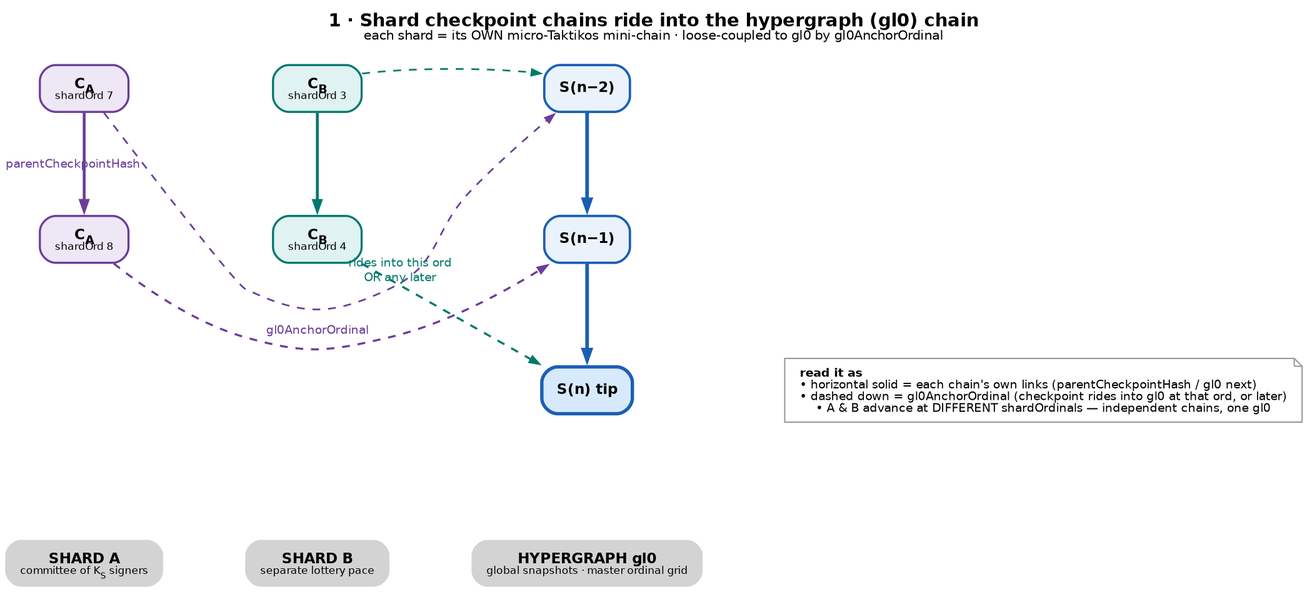
Earlier version of the Graphviz export docs/nakamoto/diagrams/1-shard-to-hypergraph.png (ottobot-ai/tessellation). Its source is kept beside it as docs/nakamoto/diagrams/1-shard-to-hypergraph.dot. Source of this version:
```dot

digraph shard_to_hypergraph {
  rankdir=LR;
  ranksep=0.85; nodesep=0.55;
  node [shape=box, style="rounded,filled", fontname="Helvetica", fontsize=11, margin="0.16,0.09"];
  edge [fontname="Helvetica", fontsize=9, arrowsize=0.8];
  graph [fontname="Helvetica", labelloc=t, fontsize=14,
    label=<<B>1 &middot; Shard checkpoint chains ride into the hypergraph (gl0) chain</B><BR/><FONT POINT-SIZE="10">each shard = its OWN micro-Taktikos mini-chain &middot; loose-coupled to gl0 by gl0AnchorOrdinal</FONT><BR/> >];

  tagA [shape=plaintext, label=<<B>SHARD&nbsp;A</B><BR/><FONT POINT-SIZE="8">committee of K<SUB>S</SUB> signers</FONT>>];
  CA1  [label=<<B>C<SUB>A</SUB></B><BR/><FONT POINT-SIZE="8">shardOrd&nbsp;7</FONT>>, fillcolor="#EDE7F6", color="#6A3D9A", penwidth=1.6];
  CA2  [label=<<B>C<SUB>A</SUB></B><BR/><FONT POINT-SIZE="8">shardOrd&nbsp;8</FONT>>, fillcolor="#EDE7F6", color="#6A3D9A", penwidth=1.6];
  { rank=same; tagA; CA1; CA2; }
  CA1 -> CA2 [color="#6A3D9A", penwidth=2.2, label="parentCheckpointHash", fontcolor="#6A3D9A"];

  tagB [shape=plaintext, label=<<B>SHARD&nbsp;B</B><BR/><FONT POINT-SIZE="8">separate lottery pace</FONT>>];
  CB1  [label=<<B>C<SUB>B</SUB></B><BR/><FONT POINT-SIZE="8">shardOrd&nbsp;3</FONT>>, fillcolor="#E0F2F1", color="#00796B", penwidth=1.6];
  CB2  [label=<<B>C<SUB>B</SUB></B><BR/><FONT POINT-SIZE="8">shardOrd&nbsp;4</FONT>>, fillcolor="#E0F2F1", color="#00796B", penwidth=1.6];
  { rank=same; tagB; CB1; CB2; }
  CB1 -> CB2 [color="#00796B", penwidth=2.2];

  tagG [shape=plaintext, label=<<B>HYPERGRAPH&nbsp;gl0</B><BR/><FONT POINT-SIZE="8">global snapshots &middot; master ordinal grid</FONT>>];
  S1   [label=<<B>S(n&minus;2)</B>>, fillcolor="#EAF2FB", color="#1a5fb4", penwidth=1.8];
  S2   [label=<<B>S(n&minus;1)</B>>, fillcolor="#EAF2FB", color="#1a5fb4", penwidth=1.8];
  S3   [label=<<B>S(n)&nbsp;tip</B>>, fillcolor="#D7E9FC", color="#1a5fb4", penwidth=2.6];
  { rank=same; tagG; S1; S2; S3; }
  S1 -> S2 -> S3 [color="#1a5fb4", penwidth=2.8];

  tagA -> tagB -> tagG [style=invis];
  CA1 -> CB1 -> S1 [style=invis];
  CA2 -> CB2 -> S2 [style=invis];

  CA1 -> S1 [constraint=false, style=dashed, color="#6A3D9A", penwidth=1.3, arrowsize=0.7];
  CA2 -> S2 [constraint=false, style=dashed, color="#6A3D9A", penwidth=1.6, arrowsize=0.7,
             label="gl0AnchorOrdinal", fontcolor="#6A3D9A"];
  CB1 -> S1 [constraint=false, style=dashed, color="#00796B", penwidth=1.3, arrowsize=0.7];
  CB2 -> S3 [constraint=false, style=dashed, color="#00796B", penwidth=1.6, arrowsize=0.7,
             taillabel="rides into this ord\nOR any later", labelangle=20, labeldistance=3.0, fontcolor="#00796B"];

  Legend [shape=note, style=filled, fillcolor="#FFFFFF", color="#999999", fontsize=9,
    label=<<B>read it as</B><BR ALIGN="LEFT"/>&bull; horizontal solid = each chain's own links (parentCheckpointHash / gl0 next)<BR ALIGN="LEFT"/>&bull; dashed down = gl0AnchorOrdinal (checkpoint rides into gl0 at that ord, or later)<BR ALIGN="LEFT"/>&bull; A &amp; B advance at DIFFERENT shardOrdinals &mdash; independent chains, one gl0>];
  S3 -> Legend [style=invis];
}
```
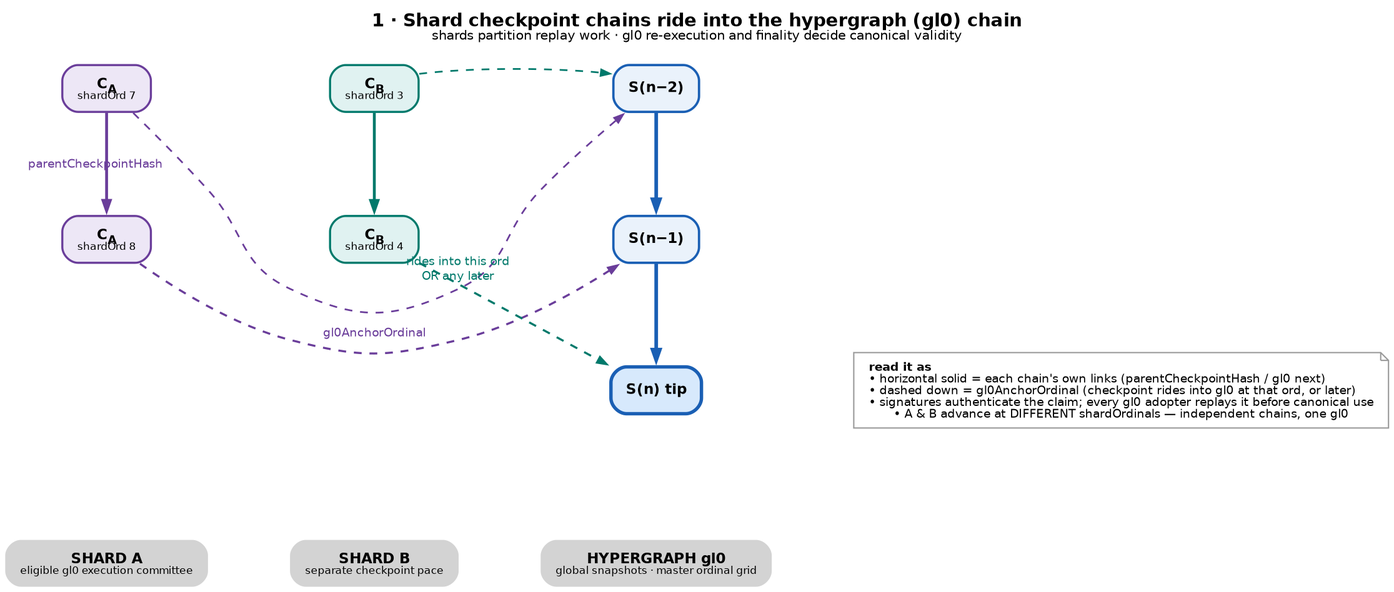
After the change.

Change to the diagram source:
```diff
@@ -5,15 +5,15 @@
   node [shape=box, style="rounded,filled", fontname="Helvetica", fontsize=11, margin="0.16,0.09"];
   edge [fontname="Helvetica", fontsize=9, arrowsize=0.8];
   graph [fontname="Helvetica", labelloc=t, fontsize=14,
-    label=<<B>1 &middot; Shard checkpoint chains ride into the hypergraph (gl0) chain</B><BR/><FONT POINT-SIZE="10">each shard = its OWN micro-Taktikos mini-chain &middot; loose-coupled to gl0 by gl0AnchorOrdinal</FONT><BR/> >];
+    label=<<B>1 &middot; Shard checkpoint chains ride into the hypergraph (gl0) chain</B><BR/><FONT POINT-SIZE="10">shards partition replay work &middot; gl0 re-execution and finality decide canonical validity</FONT><BR/> >];
 
-  tagA [shape=plaintext, label=<<B>SHARD&nbsp;A</B><BR/><FONT POINT-SIZE="8">committee of K<SUB>S</SUB> signers</FONT>>];
+  tagA [shape=plaintext, label=<<B>SHARD&nbsp;A</B><BR/><FONT POINT-SIZE="8">eligible gl0 execution committee</FONT>>];
   CA1  [label=<<B>C<SUB>A</SUB></B><BR/><FONT POINT-SIZE="8">shardOrd&nbsp;7</FONT>>, fillcolor="#EDE7F6", color="#6A3D9A", penwidth=1.6];
   CA2  [label=<<B>C<SUB>A</SUB></B><BR/><FONT POINT-SIZE="8">shardOrd&nbsp;8</FONT>>, fillcolor="#EDE7F6", color="#6A3D9A", penwidth=1.6];
   { rank=same; tagA; CA1; CA2; }
   CA1 -> CA2 [color="#6A3D9A", penwidth=2.2, label="parentCheckpointHash", fontcolor="#6A3D9A"];
 
-  tagB [shape=plaintext, label=<<B>SHARD&nbsp;B</B><BR/><FONT POINT-SIZE="8">separate lottery pace</FONT>>];
+  tagB [shape=plaintext, label=<<B>SHARD&nbsp;B</B><BR/><FONT POINT-SIZE="8">separate checkpoint pace</FONT>>];
   CB1  [label=<<B>C<SUB>B</SUB></B><BR/><FONT POINT-SIZE="8">shardOrd&nbsp;3</FONT>>, fillcolor="#E0F2F1", color="#00796B", penwidth=1.6];
   CB2  [label=<<B>C<SUB>B</SUB></B><BR/><FONT POINT-SIZE="8">shardOrd&nbsp;4</FONT>>, fillcolor="#E0F2F1", color="#00796B", penwidth=1.6];
   { rank=same; tagB; CB1; CB2; }
@@ -38,6 +38,6 @@
              taillabel="rides into this ord\nOR any later", labelangle=20, labeldistance=3.0, fontcolor="#00796B"];
 
   Legend [shape=note, style=filled, fillcolor="#FFFFFF", color="#999999", fontsize=9,
-    label=<<B>read it as</B><BR ALIGN="LEFT"/>&bull; horizontal solid = each chain's own links (parentCheckpointHash / gl0 next)<BR ALIGN="LEFT"/>&bull; dashed down = gl0AnchorOrdinal (checkpoint rides into gl0 at that ord, or later)<BR ALIGN="LEFT"/>&bull; A &amp; B advance at DIFFERENT shardOrdinals &mdash; independent chains, one gl0>];
+    label=<<B>read it as</B><BR ALIGN="LEFT"/>&bull; horizontal solid = each chain's own links (parentCheckpointHash / gl0 next)<BR ALIGN="LEFT"/>&bull; dashed down = gl0AnchorOrdinal (checkpoint rides into gl0 at that ord, or later)<BR ALIGN="LEFT"/>&bull; signatures authenticate the claim; every gl0 adopter replays it before canonical use<BR ALIGN="LEFT"/>&bull; A &amp; B advance at DIFFERENT shardOrdinals &mdash; independent chains, one gl0>];
   S3 -> Legend [style=invis];
 }
```
